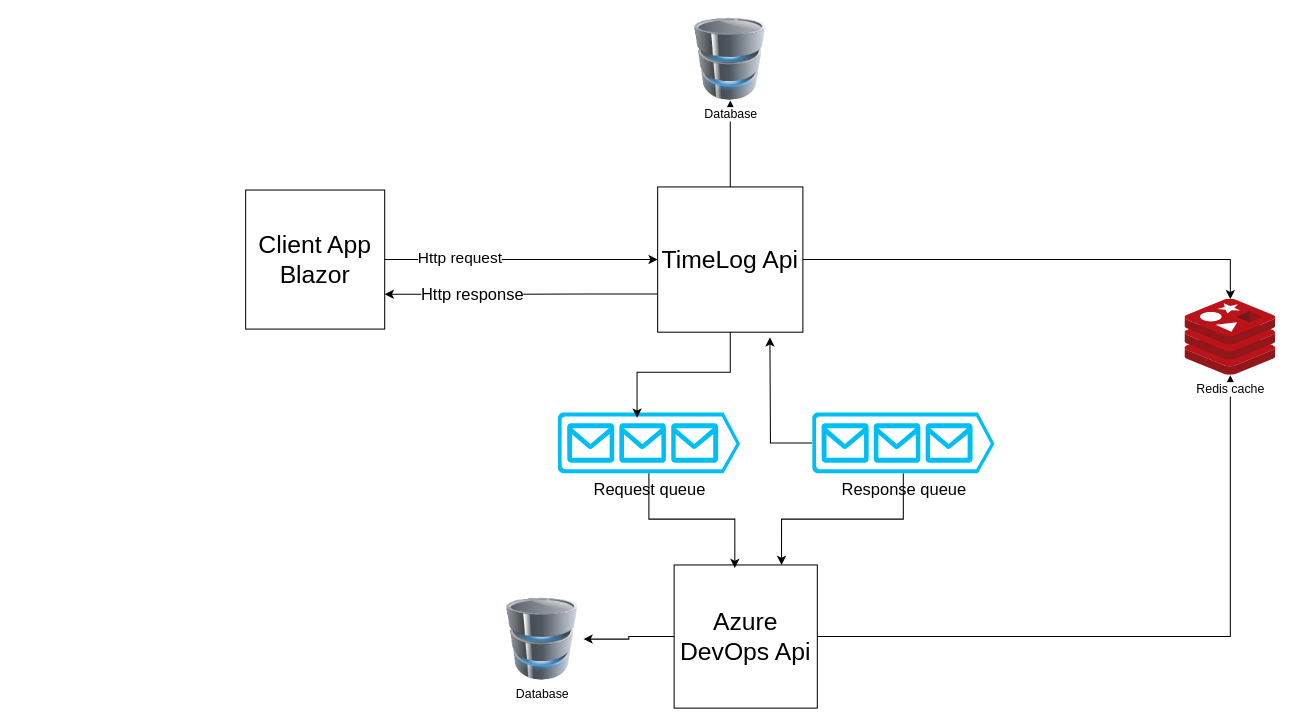
TunNetCom/TunNetCom-AionTime keeps this draw.io diagram as Diagrammes/Logic_Architecture.drawio. Above is the earlier version. Source tidied: cells renumbered, new cells numbered last; positions are measured from the earlier drawing's top-left corner, leaving out a move shared by most shapes. Both pictures are drawn from the tidied source at 103%, with x=0, y=0 at pixel (245, 18).
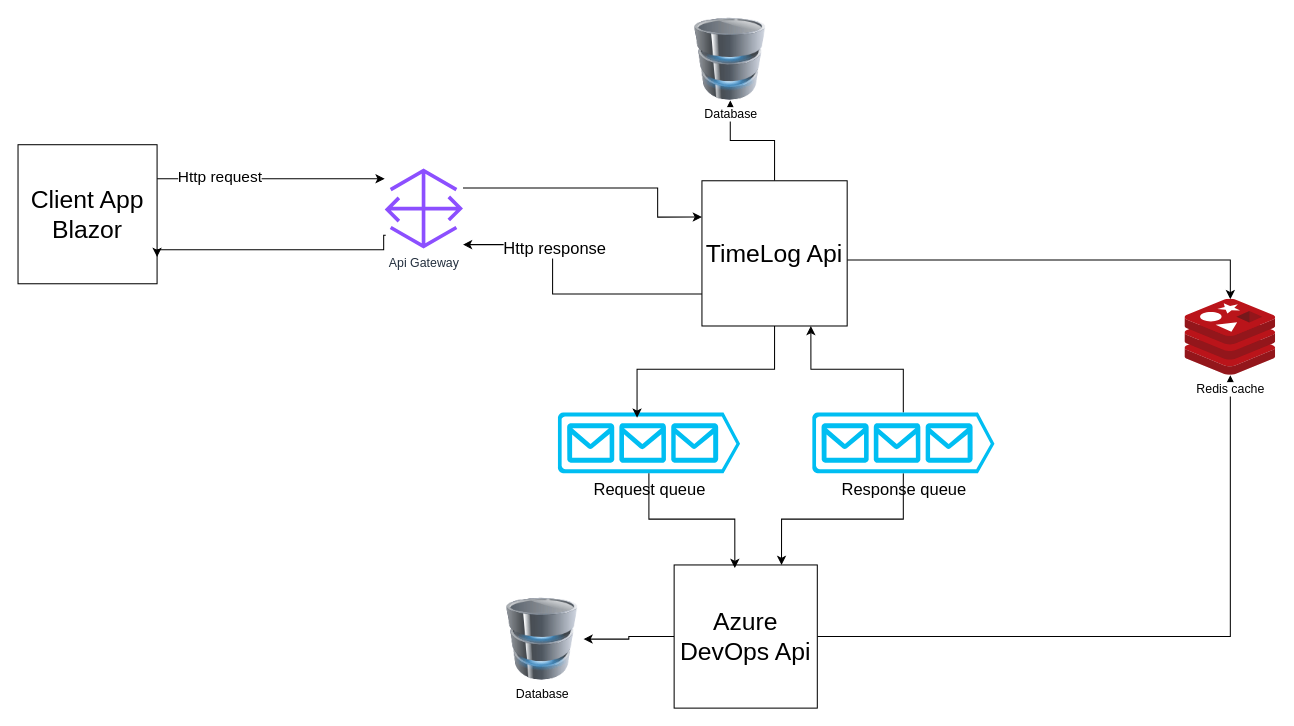
The same diagram, later.

Commit message (it also covers changes not shown here):
Mettre à jour Logic_Architecture.drawio

Unchanged cells that the change refers to:
```xml
<mxCell id="18" value="&lt;font style=&quot;font-size: 16px;&quot;&gt;Response queue&lt;/font&gt;" style="verticalLabelPosition=bottom;html=1;verticalAlign=top;align=center;strokeColor=none;fillColor=#00BEF2;shape=mxgraph.azure.queue_generic;" parent="1" vertex="1">
  <mxGeometry x="550" y="383" width="177" height="59" as="geometry" />
</mxCell>
```

What changed in the source:
```diff
@@
-    <mxCell id="2" style="edgeStyle=orthogonalEdgeStyle;rounded=0;jettySize=auto;html=1;entryX=0;entryY=0.5;entryDx=0;entryDy=0;" parent="1" edge="1" source="4" target="9">
-      <mxGeometry relative="1" as="geometry" />
+    <mxCell id="2" style="edgeStyle=orthogonalEdgeStyle;rounded=0;jettySize=auto;html=1;" parent="1" edge="1" source="4" target="23">
+      <mxGeometry relative="1" as="geometry">
+        <Array as="points">
+          <mxPoint x="-35" y="156" />
+          <mxPoint x="-35" y="156" />
+        </Array>
+      </mxGeometry>
     </mxCell>
@@
     <mxCell id="4" value="&lt;font style=&quot;font-size: 24px;&quot;&gt;Client App&lt;br&gt;Blazor&lt;/font&gt;" style="whiteSpace=wrap;html=1;" parent="1" vertex="1">
-      <mxGeometry y="167" width="135" height="135" as="geometry" />
+      <mxGeometry x="-221" y="123" width="135" height="135" as="geometry" />
     </mxCell>
-    <mxCell id="5" style="edgeStyle=orthogonalEdgeStyle;rounded=0;jettySize=auto;html=1;entryX=1;entryY=0.75;entryDx=0;entryDy=0;jumpSize=16;" parent="1" edge="1" source="9" target="4">
+    <mxCell id="5" style="edgeStyle=orthogonalEdgeStyle;rounded=0;jettySize=auto;html=1;jumpSize=16;" parent="1" edge="1" source="9" target="23">
       <mxGeometry relative="1" as="geometry">
         <Array as="points">
-          <mxPoint x="332" y="268" />
-          <mxPoint x="332" y="268" />
+          <mxPoint x="298" y="268" />
+          <mxPoint x="298" y="220" />
         </Array>
       </mxGeometry>
     </mxCell>
@@
     <mxCell id="9" value="&lt;font style=&quot;font-size: 24px;&quot;&gt;TimeLog Api&lt;/font&gt;" style="whiteSpace=wrap;html=1;" parent="1" vertex="1">
-      <mxGeometry x="400" y="164" width="141" height="141" as="geometry" />
+      <mxGeometry x="443" y="158" width="141" height="141" as="geometry" />
     </mxCell>
@@
-    <mxCell id="16" style="edgeStyle=orthogonalEdgeStyle;rounded=0;jettySize=auto;html=1;" parent="1" edge="1" source="18">
-      <mxGeometry relative="1" as="geometry">
-        <mxPoint x="509" y="310" as="targetPoint" />
-      </mxGeometry>
+    <mxCell id="16" style="edgeStyle=orthogonalEdgeStyle;rounded=0;jettySize=auto;html=1;entryX=0.75;entryY=1;entryDx=0;entryDy=0;" parent="1" edge="1" source="18" target="9">
+      <mxGeometry relative="1" as="geometry" />
     </mxCell>
@@
+    <mxCell id="22" style="edgeStyle=orthogonalEdgeStyle;rounded=0;jettySize=auto;html=1;entryX=0;entryY=0.25;entryDx=0;entryDy=0;" parent="1" edge="1" source="23" target="9">
+      <mxGeometry relative="1" as="geometry">
+        <Array as="points">
+          <mxPoint x="400" y="165" />
+          <mxPoint x="400" y="193" />
+        </Array>
+      </mxGeometry>
+    </mxCell>
+    <mxCell id="23" value="Api Gateway" style="sketch=0;outlineConnect=0;fontColor=#232F3E;gradientColor=none;fillColor=#8C4FFF;strokeColor=none;dashed=0;verticalLabelPosition=bottom;verticalAlign=top;align=center;html=1;fontSize=12;fontStyle=0;shape=mxgraph.aws4.gateway;" parent="1" vertex="1">
+      <mxGeometry x="135" y="146" width="76" height="78" as="geometry" />
+    </mxCell>
+    <mxCell id="24" style="edgeStyle=orthogonalEdgeStyle;rounded=0;jettySize=auto;html=1;entryX=1;entryY=0.807;entryDx=0;entryDy=0;entryPerimeter=0;" parent="1" edge="1" target="4">
+      <mxGeometry relative="1" as="geometry">
+        <mxPoint x="136" y="211" as="sourcePoint" />
+        <Array as="points">
+          <mxPoint x="134" y="225" />
+          <mxPoint x="-86" y="225" />
+        </Array>
+      </mxGeometry>
+    </mxCell>
```
